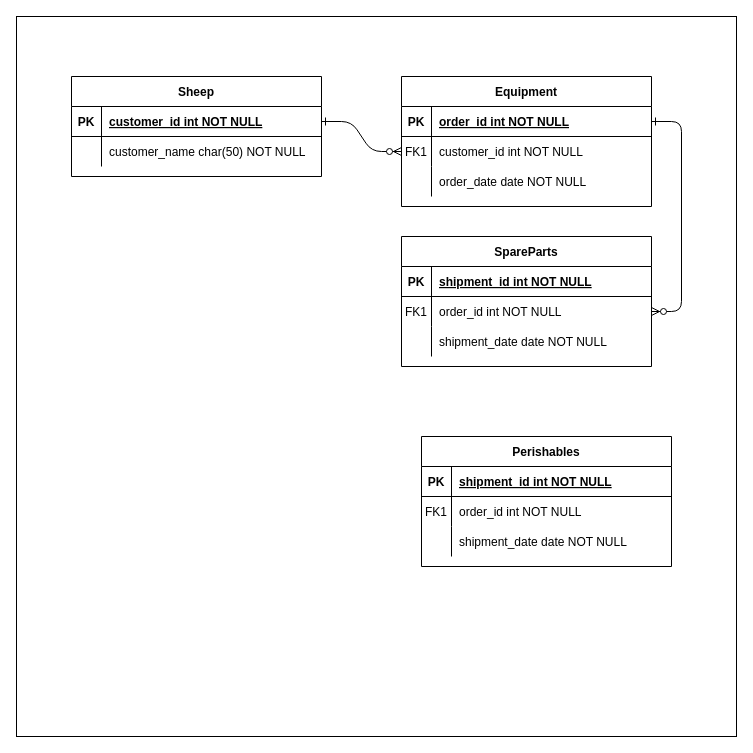
dariusjs/sheepfarm keeps this draw.io diagram as architecture/SheepFarm.drawio. Above is the earlier version. Source tidied: cells renumbered, new cells numbered last; positions are measured from the earlier drawing's top-left corner, leaving out a move shared by most shapes. Both pictures are drawn from the tidied source at 100%, with x=0, y=0 at pixel (16, 16).
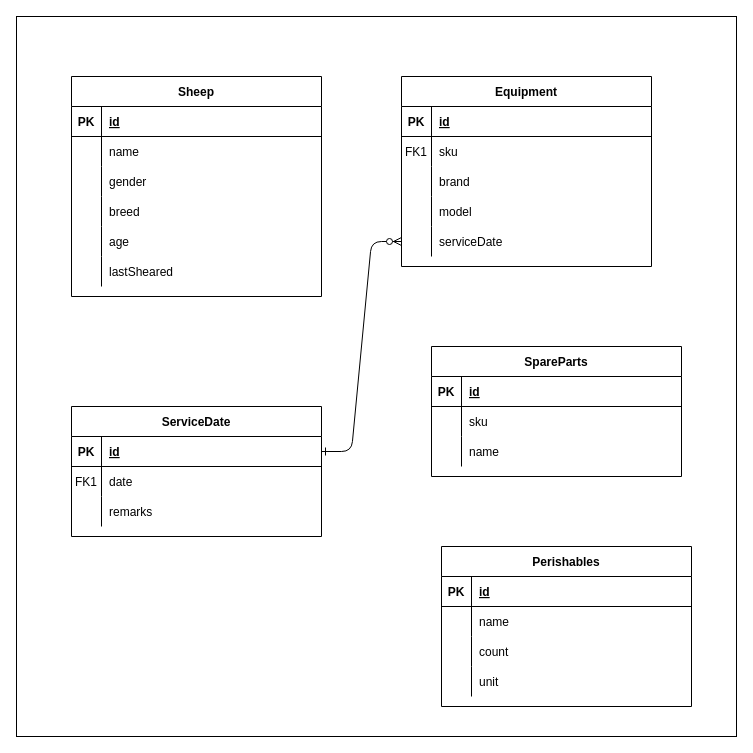
The same diagram, later.

The change refers to these unchanged cells:
```xml
<mxCell id="6" style="shape=partialRectangle;fillColor=none;points=[[0,0.5],[1,0.5]];portConstraint=eastwest;top=0;left=0;right=0;bottom=1;" parent="5" vertex="1">
  <mxGeometry y="30" width="250" height="30" as="geometry" />
</mxCell>
<mxCell id="9" style="shape=partialRectangle;fillColor=none;points=[[0,0.5],[1,0.5]];portConstraint=eastwest;top=0;left=0;right=0;bottom=0;" parent="5" vertex="1">
  <mxGeometry y="60" width="250" height="30" as="geometry" />
</mxCell>
<mxCell id="12" style="shape=partialRectangle;fillColor=none;top=0;left=0;right=0;bottom=0;" parent="5" vertex="1">
  <mxGeometry y="90" width="250" height="30" as="geometry" />
</mxCell>
<mxCell id="16" style="shape=partialRectangle;fillColor=none;top=0;left=0;right=0;bottom=1;" parent="15" vertex="1">
  <mxGeometry y="30" width="250" height="30" as="geometry" />
</mxCell>
<mxCell id="19" style="shape=partialRectangle;fillColor=none;points=[[0,0.5],[1,0.5]];portConstraint=eastwest;top=0;left=0;right=0;bottom=0;" parent="15" vertex="1">
  <mxGeometry y="60" width="250" height="30" as="geometry" />
</mxCell>
<mxCell id="22" style="shape=partialRectangle;fillColor=none;top=0;left=0;right=0;bottom=0;" parent="15" vertex="1">
  <mxGeometry y="90" width="250" height="30" as="geometry" />
</mxCell>
<mxCell id="26" style="shape=partialRectangle;fillColor=none;points=[[0,0.5],[1,0.5]];portConstraint=eastwest;top=0;left=0;right=0;bottom=1;" parent="25" vertex="1">
  <mxGeometry y="30" width="250" height="30" as="geometry" />
</mxCell>
<mxCell id="29" style="shape=partialRectangle;fillColor=none;top=0;left=0;right=0;bottom=0;" parent="25" vertex="1">
  <mxGeometry y="60" width="250" height="30" as="geometry" />
</mxCell>
<mxCell id="33" style="shape=partialRectangle;fillColor=none;top=0;left=0;right=0;bottom=1;" parent="32" vertex="1">
  <mxGeometry y="30" width="250" height="30" as="geometry" />
</mxCell>
<mxCell id="36" style="shape=partialRectangle;fillColor=none;top=0;left=0;right=0;bottom=0;" parent="32" vertex="1">
  <mxGeometry y="60" width="250" height="30" as="geometry" />
</mxCell>
<mxCell id="39" style="shape=partialRectangle;fillColor=none;top=0;left=0;right=0;bottom=0;" parent="32" vertex="1">
  <mxGeometry y="90" width="250" height="30" as="geometry" />
</mxCell>
```

The edit, as a diff of the source:
```diff
@@
-    <mxCell id="3" style="edgeStyle=entityRelationEdgeStyle;endArrow=ERzeroToMany;startArrow=ERone;endFill=1;startFill=0;" parent="1" edge="1" source="26" target="9">
-      <mxGeometry relative="1" as="geometry" />
-    </mxCell>
-    <mxCell id="4" style="edgeStyle=entityRelationEdgeStyle;endArrow=ERzeroToMany;startArrow=ERone;endFill=1;startFill=0;" parent="1" edge="1" source="6" target="19">
-      <mxGeometry relative="1" as="geometry" />
-    </mxCell>
     <mxCell id="5" value="Equipment" style="shape=table;startSize=30;childLayout=tableLayout;rowLines=0;fontStyle=1;align=center;" parent="1" vertex="1">
-      <mxGeometry x="385" y="60" width="250" height="130" as="geometry" />
+      <mxGeometry x="385" y="60" width="250" height="190" as="geometry" />
     </mxCell>
@@
-    <mxCell id="8" value="order_id int NOT NULL " style="shape=partialRectangle;overflow=hidden;fillColor=none;top=0;left=0;bottom=0;right=0;align=left;spacingLeft=6;fontStyle=5;" parent="6" vertex="1">
+    <mxCell id="8" value="id" style="shape=partialRectangle;overflow=hidden;fillColor=none;top=0;left=0;bottom=0;right=0;align=left;spacingLeft=6;fontStyle=5;" parent="6" vertex="1">
       <mxGeometry x="30" width="220" height="30" as="geometry" />
     </mxCell>
@@
-    <mxCell id="11" value="customer_id int NOT NULL" style="shape=partialRectangle;overflow=hidden;fillColor=none;top=0;left=0;bottom=0;right=0;align=left;spacingLeft=6;" parent="9" vertex="1">
+    <mxCell id="11" value="sku" style="shape=partialRectangle;overflow=hidden;fillColor=none;top=0;left=0;bottom=0;right=0;align=left;spacingLeft=6;" parent="9" vertex="1">
       <mxGeometry x="30" width="220" height="30" as="geometry" />
     </mxCell>
@@
-    <mxCell id="14" value="order_date date NOT NULL" style="shape=partialRectangle;overflow=hidden;fillColor=none;top=0;left=0;bottom=0;right=0;align=left;spacingLeft=6;" parent="12" vertex="1">
+    <mxCell id="14" value="brand" style="shape=partialRectangle;overflow=hidden;fillColor=none;top=0;left=0;bottom=0;right=0;align=left;spacingLeft=6;" parent="12" vertex="1">
       <mxGeometry x="30" width="220" height="30" as="geometry" />
     </mxCell>
+    <mxCell id="42" style="shape=partialRectangle;fillColor=none;top=0;left=0;right=0;bottom=0;" parent="5" vertex="1">
+      <mxGeometry y="120" width="250" height="30" as="geometry" />
+    </mxCell>
+    <mxCell id="43" style="shape=partialRectangle;overflow=hidden;fillColor=none;top=0;left=0;bottom=0;right=0;" parent="42" vertex="1">
+      <mxGeometry width="30" height="30" as="geometry" />
+    </mxCell>
+    <mxCell id="44" value="model" style="shape=partialRectangle;overflow=hidden;fillColor=none;top=0;left=0;bottom=0;right=0;align=left;spacingLeft=6;" parent="42" vertex="1">
+      <mxGeometry x="30" width="220" height="30" as="geometry" />
+    </mxCell>
+    <mxCell id="45" style="shape=partialRectangle;fillColor=none;points=[[0,0.5],[1,0.5]];portConstraint=eastwest;top=0;left=0;right=0;bottom=0;" parent="5" vertex="1">
+      <mxGeometry y="150" width="250" height="30" as="geometry" />
+    </mxCell>
+    <mxCell id="46" style="shape=partialRectangle;overflow=hidden;fillColor=none;top=0;left=0;bottom=0;right=0;" parent="45" vertex="1">
+      <mxGeometry width="30" height="30" as="geometry" />
+    </mxCell>
+    <mxCell id="47" value="serviceDate" style="shape=partialRectangle;overflow=hidden;fillColor=none;top=0;left=0;bottom=0;right=0;align=left;spacingLeft=6;" parent="45" vertex="1">
+      <mxGeometry x="30" width="220" height="30" as="geometry" />
+    </mxCell>
     <mxCell id="15" value="SpareParts" style="shape=table;startSize=30;childLayout=tableLayout;rowLines=0;fontStyle=1;align=center;" parent="1" vertex="1">
-      <mxGeometry x="385" y="220" width="250" height="130" as="geometry" />
+      <mxGeometry x="415" y="330" width="250" height="130" as="geometry" />
     </mxCell>
@@
-    <mxCell id="18" value="shipment_id int NOT NULL " style="shape=partialRectangle;overflow=hidden;fillColor=none;top=0;left=0;bottom=0;right=0;align=left;spacingLeft=6;fontStyle=5;" parent="16" vertex="1">
+    <mxCell id="18" value="id" style="shape=partialRectangle;overflow=hidden;fillColor=none;top=0;left=0;bottom=0;right=0;align=left;spacingLeft=6;fontStyle=5;" parent="16" vertex="1">
       <mxGeometry x="30" width="220" height="30" as="geometry" />
     </mxCell>
@@
-    <mxCell id="20" value="FK1" style="shape=partialRectangle;overflow=hidden;fillColor=none;top=0;left=0;bottom=0;right=0;" parent="19" vertex="1">
+    <mxCell id="20" style="shape=partialRectangle;overflow=hidden;fillColor=none;top=0;left=0;bottom=0;right=0;" parent="19" vertex="1">
       <mxGeometry width="30" height="30" as="geometry" />
     </mxCell>
-    <mxCell id="21" value="order_id int NOT NULL" style="shape=partialRectangle;overflow=hidden;fillColor=none;top=0;left=0;bottom=0;right=0;align=left;spacingLeft=6;" parent="19" vertex="1">
+    <mxCell id="21" value="sku" style="shape=partialRectangle;overflow=hidden;fillColor=none;top=0;left=0;bottom=0;right=0;align=left;spacingLeft=6;" parent="19" vertex="1">
       <mxGeometry x="30" width="220" height="30" as="geometry" />
     </mxCell>
@@
-    <mxCell id="24" value="shipment_date date NOT NULL" style="shape=partialRectangle;overflow=hidden;fillColor=none;top=0;left=0;bottom=0;right=0;align=left;spacingLeft=6;" parent="22" vertex="1">
+    <mxCell id="24" value="name" style="shape=partialRectangle;overflow=hidden;fillColor=none;top=0;left=0;bottom=0;right=0;align=left;spacingLeft=6;" parent="22" vertex="1">
       <mxGeometry x="30" width="220" height="30" as="geometry" />
     </mxCell>
     <mxCell id="25" value="Sheep" style="shape=table;startSize=30;childLayout=tableLayout;rowLines=0;fontStyle=1;align=center;" parent="1" vertex="1">
-      <mxGeometry x="55" y="60" width="250" height="100" as="geometry" />
+      <mxGeometry x="55" y="60" width="250" height="220" as="geometry" />
     </mxCell>
@@
-    <mxCell id="28" value="customer_id int NOT NULL " style="shape=partialRectangle;overflow=hidden;fillColor=none;top=0;left=0;bottom=0;right=0;align=left;spacingLeft=6;fontStyle=5;" parent="26" vertex="1">
+    <mxCell id="28" value="id" style="shape=partialRectangle;overflow=hidden;fillColor=none;top=0;left=0;bottom=0;right=0;align=left;spacingLeft=6;fontStyle=5;" parent="26" vertex="1">
       <mxGeometry x="30" width="220" height="30" as="geometry" />
     </mxCell>
@@
-    <mxCell id="31" value="customer_name char(50) NOT NULL" style="shape=partialRectangle;overflow=hidden;fillColor=none;top=0;left=0;bottom=0;right=0;align=left;spacingLeft=6;" parent="29" vertex="1">
+    <mxCell id="31" value="name" style="shape=partialRectangle;overflow=hidden;fillColor=none;top=0;left=0;bottom=0;right=0;align=left;spacingLeft=6;" parent="29" vertex="1">
       <mxGeometry x="30" width="220" height="30" as="geometry" />
     </mxCell>
+    <mxCell id="48" style="shape=partialRectangle;fillColor=none;top=0;left=0;right=0;bottom=0;" parent="25" vertex="1">
+      <mxGeometry y="90" width="250" height="30" as="geometry" />
+    </mxCell>
+    <mxCell id="49" style="shape=partialRectangle;overflow=hidden;fillColor=none;top=0;left=0;bottom=0;right=0;" parent="48" vertex="1">
+      <mxGeometry width="30" height="30" as="geometry" />
+    </mxCell>
+    <mxCell id="50" value="gender" style="shape=partialRectangle;overflow=hidden;fillColor=none;top=0;left=0;bottom=0;right=0;align=left;spacingLeft=6;" parent="48" vertex="1">
+      <mxGeometry x="30" width="220" height="30" as="geometry" />
+    </mxCell>
+    <mxCell id="51" style="shape=partialRectangle;fillColor=none;top=0;left=0;right=0;bottom=0;" parent="25" vertex="1">
+      <mxGeometry y="120" width="250" height="30" as="geometry" />
+    </mxCell>
+    <mxCell id="52" style="shape=partialRectangle;overflow=hidden;fillColor=none;top=0;left=0;bottom=0;right=0;" parent="51" vertex="1">
+      <mxGeometry width="30" height="30" as="geometry" />
+    </mxCell>
+    <mxCell id="53" value="breed" style="shape=partialRectangle;overflow=hidden;fillColor=none;top=0;left=0;bottom=0;right=0;align=left;spacingLeft=6;" parent="51" vertex="1">
+      <mxGeometry x="30" width="220" height="30" as="geometry" />
+    </mxCell>
+    <mxCell id="54" style="shape=partialRectangle;fillColor=none;top=0;left=0;right=0;bottom=0;" parent="25" vertex="1">
+      <mxGeometry y="150" width="250" height="30" as="geometry" />
+    </mxCell>
+    <mxCell id="55" style="shape=partialRectangle;overflow=hidden;fillColor=none;top=0;left=0;bottom=0;right=0;" parent="54" vertex="1">
+      <mxGeometry width="30" height="30" as="geometry" />
+    </mxCell>
+    <mxCell id="56" value="age" style="shape=partialRectangle;overflow=hidden;fillColor=none;top=0;left=0;bottom=0;right=0;align=left;spacingLeft=6;" parent="54" vertex="1">
+      <mxGeometry x="30" width="220" height="30" as="geometry" />
+    </mxCell>
+    <mxCell id="57" style="shape=partialRectangle;fillColor=none;top=0;left=0;right=0;bottom=0;" parent="25" vertex="1">
+      <mxGeometry y="180" width="250" height="30" as="geometry" />
+    </mxCell>
+    <mxCell id="58" style="shape=partialRectangle;overflow=hidden;fillColor=none;top=0;left=0;bottom=0;right=0;" parent="57" vertex="1">
+      <mxGeometry width="30" height="30" as="geometry" />
+    </mxCell>
+    <mxCell id="59" value="lastSheared" style="shape=partialRectangle;overflow=hidden;fillColor=none;top=0;left=0;bottom=0;right=0;align=left;spacingLeft=6;" parent="57" vertex="1">
+      <mxGeometry x="30" width="220" height="30" as="geometry" />
+    </mxCell>
     <mxCell id="32" value="Perishables" style="shape=table;startSize=30;childLayout=tableLayout;rowLines=0;fontStyle=1;align=center;" parent="1" vertex="1">
-      <mxGeometry x="405" y="420" width="250" height="130" as="geometry" />
+      <mxGeometry x="425" y="530" width="250" height="160" as="geometry" />
     </mxCell>
@@
-    <mxCell id="35" value="shipment_id int NOT NULL " style="shape=partialRectangle;overflow=hidden;fillColor=none;top=0;left=0;bottom=0;right=0;align=left;spacingLeft=6;fontStyle=5;" parent="33" vertex="1">
+    <mxCell id="35" value="id" style="shape=partialRectangle;overflow=hidden;fillColor=none;top=0;left=0;bottom=0;right=0;align=left;spacingLeft=6;fontStyle=5;" parent="33" vertex="1">
       <mxGeometry x="30" width="220" height="30" as="geometry" />
     </mxCell>
@@
-    <mxCell id="37" value="FK1" style="shape=partialRectangle;overflow=hidden;fillColor=none;top=0;left=0;bottom=0;right=0;" parent="36" vertex="1">
+    <mxCell id="37" style="shape=partialRectangle;overflow=hidden;fillColor=none;top=0;left=0;bottom=0;right=0;" parent="36" vertex="1">
       <mxGeometry width="30" height="30" as="geometry" />
     </mxCell>
-    <mxCell id="38" value="order_id int NOT NULL" style="shape=partialRectangle;overflow=hidden;fillColor=none;top=0;left=0;bottom=0;right=0;align=left;spacingLeft=6;" parent="36" vertex="1">
+    <mxCell id="38" value="name" style="shape=partialRectangle;overflow=hidden;fillColor=none;top=0;left=0;bottom=0;right=0;align=left;spacingLeft=6;" parent="36" vertex="1">
       <mxGeometry x="30" width="220" height="30" as="geometry" />
     </mxCell>
@@
-    <mxCell id="41" value="shipment_date date NOT NULL" style="shape=partialRectangle;overflow=hidden;fillColor=none;top=0;left=0;bottom=0;right=0;align=left;spacingLeft=6;" parent="39" vertex="1">
+    <mxCell id="41" value="count" style="shape=partialRectangle;overflow=hidden;fillColor=none;top=0;left=0;bottom=0;right=0;align=left;spacingLeft=6;" parent="39" vertex="1">
       <mxGeometry x="30" width="220" height="30" as="geometry" />
     </mxCell>
+    <mxCell id="60" style="shape=partialRectangle;fillColor=none;top=0;left=0;right=0;bottom=0;" parent="32" vertex="1">
+      <mxGeometry y="120" width="250" height="30" as="geometry" />
+    </mxCell>
+    <mxCell id="61" style="shape=partialRectangle;overflow=hidden;fillColor=none;top=0;left=0;bottom=0;right=0;" parent="60" vertex="1">
+      <mxGeometry width="30" height="30" as="geometry" />
+    </mxCell>
+    <mxCell id="62" value="unit" style="shape=partialRectangle;overflow=hidden;fillColor=none;top=0;left=0;bottom=0;right=0;align=left;spacingLeft=6;" parent="60" vertex="1">
+      <mxGeometry x="30" width="220" height="30" as="geometry" />
+    </mxCell>
+    <mxCell id="63" value="ServiceDate" style="shape=table;startSize=30;childLayout=tableLayout;rowLines=0;fontStyle=1;align=center;" parent="1" vertex="1">
+      <mxGeometry x="55" y="390" width="250" height="130" as="geometry" />
+    </mxCell>
+    <mxCell id="64" style="shape=partialRectangle;fillColor=none;points=[[0,0.5],[1,0.5]];portConstraint=eastwest;top=0;left=0;right=0;bottom=1;" parent="63" vertex="1">
+      <mxGeometry y="30" width="250" height="30" as="geometry" />
+    </mxCell>
+    <mxCell id="65" value="PK" style="shape=partialRectangle;overflow=hidden;fillColor=none;top=0;left=0;bottom=0;right=0;fontStyle=1;" parent="64" vertex="1">
+      <mxGeometry width="30" height="30" as="geometry" />
+    </mxCell>
+    <mxCell id="66" value="id" style="shape=partialRectangle;overflow=hidden;fillColor=none;top=0;left=0;bottom=0;right=0;align=left;spacingLeft=6;fontStyle=5;" parent="64" vertex="1">
+      <mxGeometry x="30" width="220" height="30" as="geometry" />
+    </mxCell>
+    <mxCell id="67" style="shape=partialRectangle;fillColor=none;top=0;left=0;right=0;bottom=0;" parent="63" vertex="1">
+      <mxGeometry y="60" width="250" height="30" as="geometry" />
+    </mxCell>
+    <mxCell id="68" value="FK1" style="shape=partialRectangle;overflow=hidden;fillColor=none;top=0;left=0;bottom=0;right=0;" parent="67" vertex="1">
+      <mxGeometry width="30" height="30" as="geometry" />
+    </mxCell>
+    <mxCell id="69" value="date" style="shape=partialRectangle;overflow=hidden;fillColor=none;top=0;left=0;bottom=0;right=0;align=left;spacingLeft=6;" parent="67" vertex="1">
+      <mxGeometry x="30" width="220" height="30" as="geometry" />
+    </mxCell>
+    <mxCell id="70" style="shape=partialRectangle;fillColor=none;top=0;left=0;right=0;bottom=0;" parent="63" vertex="1">
+      <mxGeometry y="90" width="250" height="30" as="geometry" />
+    </mxCell>
+    <mxCell id="71" style="shape=partialRectangle;overflow=hidden;fillColor=none;top=0;left=0;bottom=0;right=0;" parent="70" vertex="1">
+      <mxGeometry width="30" height="30" as="geometry" />
+    </mxCell>
+    <mxCell id="72" value="remarks" style="shape=partialRectangle;overflow=hidden;fillColor=none;top=0;left=0;bottom=0;right=0;align=left;spacingLeft=6;" parent="70" vertex="1">
+      <mxGeometry x="30" width="220" height="30" as="geometry" />
+    </mxCell>
+    <mxCell id="73" style="edgeStyle=entityRelationEdgeStyle;endArrow=ERzeroToMany;startArrow=ERone;endFill=1;startFill=0;" parent="1" edge="1" source="64" target="45">
+      <mxGeometry relative="1" as="geometry" />
+    </mxCell>
```
